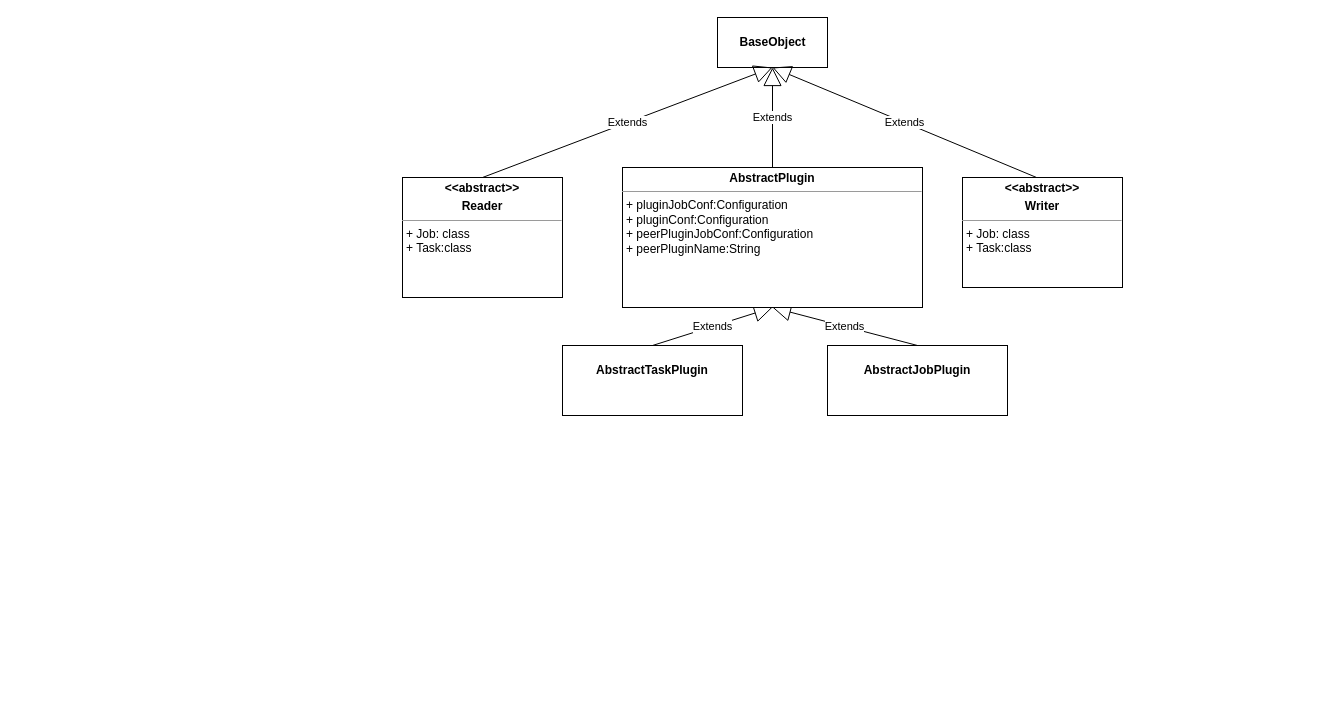
The draw.io diagram 类图.drawio in wangbin2188/draw, before the edit. Source tidied: cells renumbered, new cells numbered last; positions are measured from the earlier drawing's top-left corner, leaving out a move shared by most shapes. Both pictures are drawn from the tidied source at 100%, with x=0, y=0 at pixel (402, 17).
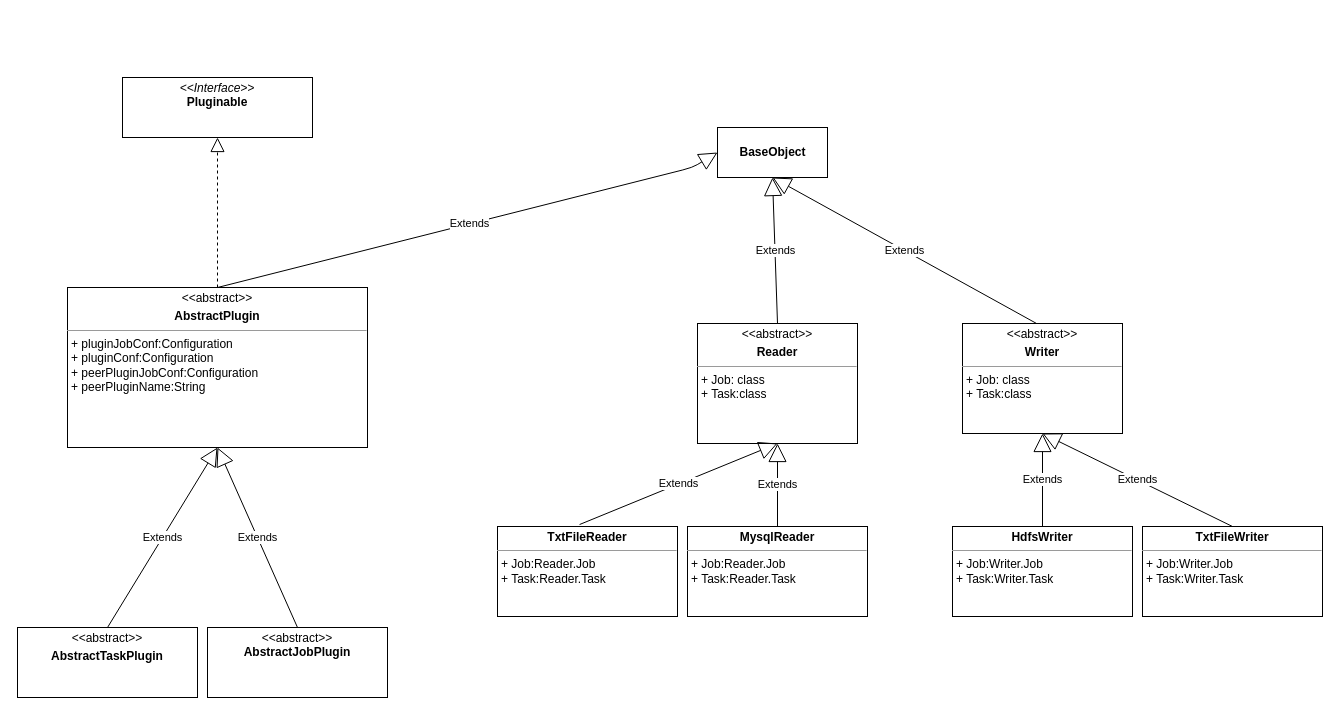
The same diagram, later.

Change to the diagram source:
```diff
@@
     <mxCell id="2" value="BaseObject" style="html=1;fontStyle=1;" parent="1" vertex="1">
-      <mxGeometry x="315" width="110" height="50" as="geometry" />
+      <mxGeometry x="315" y="110" width="110" height="50" as="geometry" />
     </mxCell>
-    <mxCell id="3" value="&lt;p style=&quot;margin: 0px ; margin-top: 4px ; text-align: center&quot;&gt;&lt;b&gt;&amp;lt;&amp;lt;abstract&amp;gt;&amp;gt;&lt;/b&gt;&lt;/p&gt;&lt;p style=&quot;margin: 0px ; margin-top: 4px ; text-align: center&quot;&gt;&lt;b&gt;Writer&lt;/b&gt;&lt;/p&gt;&lt;hr size=&quot;1&quot;&gt;&lt;p style=&quot;margin: 0px ; margin-left: 4px&quot;&gt;+ Job: class&lt;/p&gt;&lt;p style=&quot;margin: 0px ; margin-left: 4px&quot;&gt;+ Task:class&lt;/p&gt;&lt;p style=&quot;margin: 0px ; margin-left: 4px&quot;&gt;&lt;br&gt;&lt;/p&gt;" style="verticalAlign=top;align=left;overflow=fill;fontSize=12;fontFamily=Helvetica;html=1;" parent="1" vertex="1">
-      <mxGeometry x="560" y="160" width="160" height="110" as="geometry" />
+    <mxCell id="3" value="&lt;p style=&quot;margin: 0px ; margin-top: 4px ; text-align: center&quot;&gt;&amp;lt;&amp;lt;abstract&amp;gt;&amp;gt;&lt;/p&gt;&lt;p style=&quot;margin: 0px ; margin-top: 4px ; text-align: center&quot;&gt;&lt;b&gt;Writer&lt;/b&gt;&lt;/p&gt;&lt;hr size=&quot;1&quot;&gt;&lt;p style=&quot;margin: 0px ; margin-left: 4px&quot;&gt;+ Job: class&lt;/p&gt;&lt;p style=&quot;margin: 0px ; margin-left: 4px&quot;&gt;+ Task:class&lt;/p&gt;&lt;p style=&quot;margin: 0px ; margin-left: 4px&quot;&gt;&lt;br&gt;&lt;/p&gt;" style="verticalAlign=top;align=left;overflow=fill;fontSize=12;fontFamily=Helvetica;html=1;" parent="1" vertex="1">
+      <mxGeometry x="560" y="306" width="160" height="110" as="geometry" />
     </mxCell>
-    <mxCell id="4" value="&lt;p style=&quot;margin: 0px ; margin-top: 4px ; text-align: center&quot;&gt;&lt;b&gt;&amp;lt;&amp;lt;abstract&amp;gt;&amp;gt;&lt;/b&gt;&lt;/p&gt;&lt;p style=&quot;margin: 0px ; margin-top: 4px ; text-align: center&quot;&gt;&lt;b&gt;Reader&lt;/b&gt;&lt;/p&gt;&lt;hr size=&quot;1&quot;&gt;&lt;p style=&quot;margin: 0px ; margin-left: 4px&quot;&gt;+ Job: class&lt;/p&gt;&lt;p style=&quot;margin: 0px ; margin-left: 4px&quot;&gt;+ Task:class&lt;/p&gt;&lt;p style=&quot;margin: 0px ; margin-left: 4px&quot;&gt;&lt;br&gt;&lt;/p&gt;" style="verticalAlign=top;align=left;overflow=fill;fontSize=12;fontFamily=Helvetica;html=1;" parent="1" vertex="1">
-      <mxGeometry y="160" width="160" height="120" as="geometry" />
+    <mxCell id="4" value="&lt;p style=&quot;margin: 0px ; margin-top: 4px ; text-align: center&quot;&gt;&amp;lt;&amp;lt;abstract&amp;gt;&amp;gt;&lt;/p&gt;&lt;p style=&quot;margin: 0px ; margin-top: 4px ; text-align: center&quot;&gt;&lt;b&gt;Reader&lt;/b&gt;&lt;/p&gt;&lt;hr size=&quot;1&quot;&gt;&lt;p style=&quot;margin: 0px ; margin-left: 4px&quot;&gt;+ Job: class&lt;/p&gt;&lt;p style=&quot;margin: 0px ; margin-left: 4px&quot;&gt;+ Task:class&lt;/p&gt;&lt;p style=&quot;margin: 0px ; margin-left: 4px&quot;&gt;&lt;br&gt;&lt;/p&gt;" style="verticalAlign=top;align=left;overflow=fill;fontSize=12;fontFamily=Helvetica;html=1;" parent="1" vertex="1">
+      <mxGeometry x="295" y="306" width="160" height="120" as="geometry" />
     </mxCell>
@@
-    <mxCell id="7" value="&lt;p style=&quot;margin: 0px ; margin-top: 4px ; text-align: center&quot;&gt;&lt;br&gt;&lt;b&gt;AbstractJobPlugin&lt;/b&gt;&lt;/p&gt;" style="verticalAlign=top;align=left;overflow=fill;fontSize=12;fontFamily=Helvetica;html=1;" parent="1" vertex="1">
-      <mxGeometry x="425" y="328" width="180" height="70" as="geometry" />
+    <mxCell id="7" value="&lt;p style=&quot;margin: 0px ; margin-top: 4px ; text-align: center&quot;&gt;&amp;lt;&amp;lt;abstract&amp;gt;&amp;gt;&lt;br&gt;&lt;b&gt;AbstractJobPlugin&lt;/b&gt;&lt;/p&gt;" style="verticalAlign=top;align=left;overflow=fill;fontSize=12;fontFamily=Helvetica;html=1;" parent="1" vertex="1">
+      <mxGeometry x="-195" y="610" width="180" height="70" as="geometry" />
     </mxCell>
-    <mxCell id="8" value="&lt;p style=&quot;margin: 0px ; margin-top: 4px ; text-align: center&quot;&gt;&lt;br&gt;&lt;b&gt;AbstractTaskPlugin&lt;/b&gt;&lt;/p&gt;" style="verticalAlign=top;align=left;overflow=fill;fontSize=12;fontFamily=Helvetica;html=1;" parent="1" vertex="1">
-      <mxGeometry x="160" y="328" width="180" height="70" as="geometry" />
+    <mxCell id="8" value="&lt;p style=&quot;margin: 0px ; margin-top: 4px ; text-align: center&quot;&gt;&amp;lt;&amp;lt;abstract&amp;gt;&amp;gt;&lt;/p&gt;&lt;p style=&quot;margin: 0px ; margin-top: 4px ; text-align: center&quot;&gt;&lt;b&gt;AbstractTaskPlugin&lt;/b&gt;&lt;/p&gt;" style="verticalAlign=top;align=left;overflow=fill;fontSize=12;fontFamily=Helvetica;html=1;" parent="1" vertex="1">
+      <mxGeometry x="-385" y="610" width="180" height="70" as="geometry" />
     </mxCell>
-    <mxCell id="9" value="Extends" style="endArrow=block;endSize=16;endFill=0;html=1;entryX=0.5;entryY=1;entryDx=0;entryDy=0;exitX=0.5;exitY=0;exitDx=0;exitDy=0;" parent="1" edge="1" source="12" target="2">
-      <mxGeometry relative="1" as="geometry" />
+    <mxCell id="9" value="Extends" style="endArrow=block;endSize=16;endFill=0;html=1;entryX=0;entryY=0.5;entryDx=0;entryDy=0;exitX=0.5;exitY=0;exitDx=0;exitDy=0;" parent="1" edge="1" source="12" target="2">
+      <mxGeometry relative="1" as="geometry">
+        <Array as="points">
+          <mxPoint x="290" y="150" />
+        </Array>
+      </mxGeometry>
     </mxCell>
@@
-    <mxCell id="12" value="&lt;p style=&quot;margin: 0px ; margin-top: 4px ; text-align: center&quot;&gt;&lt;b&gt;AbstractPlugin&lt;/b&gt;&lt;/p&gt;&lt;hr size=&quot;1&quot;&gt;&lt;p style=&quot;margin: 0px ; margin-left: 4px&quot;&gt;+ pluginJobConf:Configuration&lt;/p&gt;&lt;p style=&quot;margin: 0px ; margin-left: 4px&quot;&gt;+ pluginConf:Configuration&lt;/p&gt;&lt;p style=&quot;margin: 0px ; margin-left: 4px&quot;&gt;+&amp;nbsp;peerPluginJobConf:Configuration&lt;/p&gt;&lt;p style=&quot;margin: 0px ; margin-left: 4px&quot;&gt;+&amp;nbsp;peerPluginName:String&lt;/p&gt;" style="verticalAlign=top;align=left;overflow=fill;fontSize=12;fontFamily=Helvetica;html=1;" parent="1" vertex="1">
-      <mxGeometry x="220" y="150" width="300" height="140" as="geometry" />
+    <mxCell id="12" value="&lt;p style=&quot;margin: 0px ; margin-top: 4px ; text-align: center&quot;&gt;&amp;lt;&amp;lt;abstract&amp;gt;&amp;gt;&lt;/p&gt;&lt;p style=&quot;margin: 0px ; margin-top: 4px ; text-align: center&quot;&gt;&lt;b&gt;AbstractPlugin&lt;/b&gt;&lt;/p&gt;&lt;hr size=&quot;1&quot;&gt;&lt;p style=&quot;margin: 0px ; margin-left: 4px&quot;&gt;+ pluginJobConf:Configuration&lt;/p&gt;&lt;p style=&quot;margin: 0px ; margin-left: 4px&quot;&gt;+ pluginConf:Configuration&lt;/p&gt;&lt;p style=&quot;margin: 0px ; margin-left: 4px&quot;&gt;+&amp;nbsp;peerPluginJobConf:Configuration&lt;/p&gt;&lt;p style=&quot;margin: 0px ; margin-left: 4px&quot;&gt;+&amp;nbsp;peerPluginName:String&lt;/p&gt;" style="verticalAlign=top;align=left;overflow=fill;fontSize=12;fontFamily=Helvetica;html=1;" parent="1" vertex="1">
+      <mxGeometry x="-335" y="270" width="300" height="160" as="geometry" />
     </mxCell>
+    <mxCell id="13" value="&lt;p style=&quot;margin: 0px ; margin-top: 4px ; text-align: center&quot;&gt;&lt;b&gt;MysqlReader&lt;/b&gt;&lt;/p&gt;&lt;hr size=&quot;1&quot;&gt;&lt;p style=&quot;margin: 0px ; margin-left: 4px&quot;&gt;+ Job:Reader.Job&lt;/p&gt;&lt;p style=&quot;margin: 0px ; margin-left: 4px&quot;&gt;+ Task:Reader.Task&lt;/p&gt;" style="verticalAlign=top;align=left;overflow=fill;fontSize=12;fontFamily=Helvetica;html=1;" parent="1" vertex="1">
+      <mxGeometry x="285" y="509" width="180" height="90" as="geometry" />
+    </mxCell>
+    <mxCell id="14" value="Extends" style="endArrow=block;endSize=16;endFill=0;html=1;entryX=0.5;entryY=1;entryDx=0;entryDy=0;exitX=0.5;exitY=0;exitDx=0;exitDy=0;" parent="1" edge="1" source="13" target="4">
+      <mxGeometry relative="1" as="geometry" />
+    </mxCell>
+    <mxCell id="15" value="&lt;p style=&quot;margin: 0px ; margin-top: 4px ; text-align: center&quot;&gt;&lt;b&gt;HdfsWriter&lt;/b&gt;&lt;/p&gt;&lt;hr size=&quot;1&quot;&gt;&lt;p style=&quot;margin: 0px ; margin-left: 4px&quot;&gt;+ Job:Writer.Job&lt;/p&gt;&lt;p style=&quot;margin: 0px ; margin-left: 4px&quot;&gt;+ Task:Writer.Task&lt;/p&gt;" style="verticalAlign=top;align=left;overflow=fill;fontSize=12;fontFamily=Helvetica;html=1;" parent="1" vertex="1">
+      <mxGeometry x="550" y="509" width="180" height="90" as="geometry" />
+    </mxCell>
+    <mxCell id="16" value="Extends" style="endArrow=block;endSize=16;endFill=0;html=1;entryX=0.5;entryY=1;entryDx=0;entryDy=0;exitX=0.5;exitY=0;exitDx=0;exitDy=0;" parent="1" edge="1" source="15" target="3">
+      <mxGeometry relative="1" as="geometry" />
+    </mxCell>
+    <mxCell id="17" value="&lt;p style=&quot;margin: 0px ; margin-top: 4px ; text-align: center&quot;&gt;&lt;i&gt;&amp;lt;&amp;lt;Interface&amp;gt;&amp;gt;&lt;/i&gt;&lt;br&gt;&lt;b&gt;Pluginable&lt;/b&gt;&lt;/p&gt;&lt;p style=&quot;margin: 0px ; margin-left: 4px&quot;&gt;&lt;br&gt;&lt;/p&gt;" style="verticalAlign=top;align=left;overflow=fill;fontSize=12;fontFamily=Helvetica;html=1;" parent="1" vertex="1">
+      <mxGeometry x="-280" y="60" width="190" height="60" as="geometry" />
+    </mxCell>
+    <mxCell id="18" style="endArrow=block;dashed=1;endFill=0;endSize=12;html=1;entryX=0.5;entryY=1;entryDx=0;entryDy=0;exitX=0.5;exitY=0;exitDx=0;exitDy=0;" parent="1" edge="1" source="12" target="17">
+      <mxGeometry relative="1" as="geometry" />
+    </mxCell>
+    <mxCell id="19" value="&lt;p style=&quot;margin: 0px ; margin-top: 4px ; text-align: center&quot;&gt;&lt;b&gt;TxtFileReader&lt;/b&gt;&lt;/p&gt;&lt;hr size=&quot;1&quot;&gt;&lt;p style=&quot;margin: 0px ; margin-left: 4px&quot;&gt;+ Job:Reader.Job&lt;/p&gt;&lt;p style=&quot;margin: 0px ; margin-left: 4px&quot;&gt;+ Task:Reader.Task&lt;/p&gt;" style="verticalAlign=top;align=left;overflow=fill;fontSize=12;fontFamily=Helvetica;html=1;" parent="1" vertex="1">
+      <mxGeometry x="95" y="509" width="180" height="90" as="geometry" />
+    </mxCell>
+    <mxCell id="20" value="Extends" style="endArrow=block;endSize=16;endFill=0;html=1;exitX=0.456;exitY=-0.022;exitDx=0;exitDy=0;exitPerimeter=0;entryX=0.5;entryY=1;entryDx=0;entryDy=0;" parent="1" edge="1" source="19" target="4">
+      <mxGeometry relative="1" as="geometry" />
+    </mxCell>
+    <mxCell id="21" value="&lt;p style=&quot;margin: 0px ; margin-top: 4px ; text-align: center&quot;&gt;&lt;b&gt;TxtFileWriter&lt;/b&gt;&lt;/p&gt;&lt;hr size=&quot;1&quot;&gt;&lt;p style=&quot;margin: 0px ; margin-left: 4px&quot;&gt;+ Job:Writer.Job&lt;/p&gt;&lt;p style=&quot;margin: 0px ; margin-left: 4px&quot;&gt;+ Task:Writer.Task&lt;/p&gt;" style="verticalAlign=top;align=left;overflow=fill;fontSize=12;fontFamily=Helvetica;html=1;" parent="1" vertex="1">
+      <mxGeometry x="740" y="509" width="180" height="90" as="geometry" />
+    </mxCell>
+    <mxCell id="22" value="Extends" style="endArrow=block;endSize=16;endFill=0;html=1;entryX=0.5;entryY=1;entryDx=0;entryDy=0;exitX=0.5;exitY=0;exitDx=0;exitDy=0;" parent="1" edge="1" source="21" target="3">
+      <mxGeometry relative="1" as="geometry" />
+    </mxCell>
```
